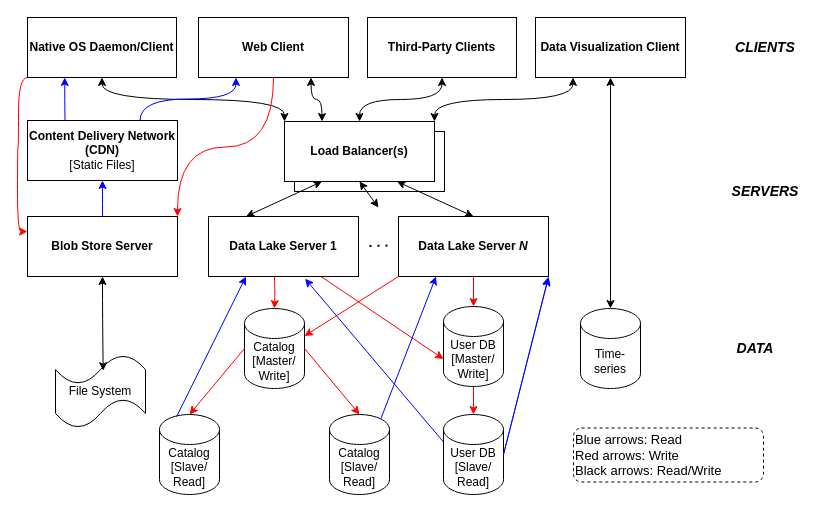
This is profile/sources/simutool_system_design_scaled.drawio from simutool/.github, a draw.io file, before an edit. Source tidied: cells renumbered, new cells numbered last; positions are measured from the earlier drawing's top-left corner, leaving out a move shared by most shapes. Both pictures are drawn from the tidied source at 100%, with x=0, y=0 at pixel (17, 17).
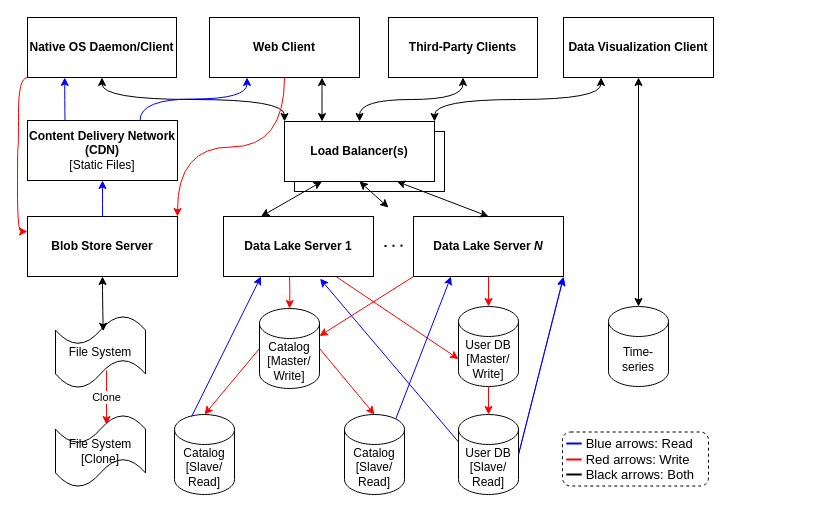
After the change.

Unchanged cells that the change refers to:
```xml
<mxCell id="22" value="&lt;b style=&quot;border-color: var(--border-color);&quot;&gt;Load Balancer(s)&lt;/b&gt;" style="rounded=0;whiteSpace=wrap;html=1;" parent="1" vertex="1">
  <mxGeometry x="267" y="104" width="150" height="60" as="geometry" />
</mxCell>
```

What changed in the source:
```diff
@@
     <mxCell id="3" value="&lt;b&gt;Web Client&lt;/b&gt;" style="rounded=0;whiteSpace=wrap;html=1;" parent="1" vertex="1">
-      <mxGeometry x="181" width="150" height="60" as="geometry" />
+      <mxGeometry x="192" width="150" height="60" as="geometry" />
     </mxCell>
@@
     <mxCell id="5" value="&lt;b&gt;Third-Party Clients&lt;/b&gt;" style="rounded=0;whiteSpace=wrap;html=1;" parent="1" vertex="1">
-      <mxGeometry x="350" width="149" height="60" as="geometry" />
+      <mxGeometry x="371" width="149" height="60" as="geometry" />
     </mxCell>
@@
     <mxCell id="9" value="&lt;b&gt;Data Visualization Client&lt;/b&gt;" style="rounded=0;whiteSpace=wrap;html=1;" parent="1" vertex="1">
-      <mxGeometry x="518" width="150" height="60" as="geometry" />
+      <mxGeometry x="546" width="150" height="60" as="geometry" />
     </mxCell>
@@
     <mxCell id="11" value="User DB [Master/&lt;br&gt;Write]" style="shape=cylinder3;whiteSpace=wrap;html=1;boundedLbl=1;backgroundOutline=1;size=15;" parent="1" vertex="1">
-      <mxGeometry x="426" y="289" width="60" height="80" as="geometry" />
+      <mxGeometry x="441" y="289" width="60" height="80" as="geometry" />
     </mxCell>
@@
     <mxCell id="13" value="Catalog [Master/&lt;br&gt;Write]" style="shape=cylinder3;whiteSpace=wrap;html=1;boundedLbl=1;backgroundOutline=1;size=15;" parent="1" vertex="1">
-      <mxGeometry x="227" y="291" width="60" height="80" as="geometry" />
+      <mxGeometry x="242" y="291" width="60" height="80" as="geometry" />
     </mxCell>
     <mxCell id="14" value="Catalog [Slave/&lt;br&gt;Read]" style="shape=cylinder3;whiteSpace=wrap;html=1;boundedLbl=1;backgroundOutline=1;size=15;" parent="1" vertex="1">
-      <mxGeometry x="142" y="397" width="60" height="80" as="geometry" />
+      <mxGeometry x="157" y="397" width="60" height="80" as="geometry" />
     </mxCell>
     <mxCell id="15" value="Catalog [Slave/&lt;br style=&quot;border-color: var(--border-color);&quot;&gt;Read]" style="shape=cylinder3;whiteSpace=wrap;html=1;boundedLbl=1;backgroundOutline=1;size=15;" parent="1" vertex="1">
-      <mxGeometry x="312" y="397" width="60" height="80" as="geometry" />
+      <mxGeometry x="327" y="397" width="60" height="80" as="geometry" />
     </mxCell>
@@
     <mxCell id="18" style="endArrow=classic;html=1;rounded=0;entryX=0.5;entryY=0;entryDx=0;entryDy=0;entryPerimeter=0;startArrow=none;startFill=0;edgeStyle=orthogonalEdgeStyle;curved=1;endFill=1;strokeColor=#FF0000;" parent="1" edge="1" target="13">
       <mxGeometry relative="1" as="geometry">
-        <mxPoint x="257" y="259" as="sourcePoint" />
+        <mxPoint x="272" y="259" as="sourcePoint" />
       </mxGeometry>
     </mxCell>
@@
     <mxCell id="20" value="File System" style="shape=tape;whiteSpace=wrap;html=1;fillColor=none;" parent="1" vertex="1">
-      <mxGeometry x="38" y="337.5" width="90" height="73" as="geometry" />
+      <mxGeometry x="38" y="298" width="90" height="73" as="geometry" />
     </mxCell>
@@
     <mxCell id="23" value="Time-series" style="shape=cylinder3;whiteSpace=wrap;html=1;boundedLbl=1;backgroundOutline=1;size=15;" parent="1" vertex="1">
-      <mxGeometry x="563" y="291" width="60" height="80" as="geometry" />
+      <mxGeometry x="591" y="289" width="60" height="80" as="geometry" />
     </mxCell>
@@
-    <mxCell id="25" value="&lt;font style=&quot;font-size: 14px;&quot;&gt;CLIENTS&lt;/font&gt;" style="text;html=1;strokeColor=none;fillColor=none;align=center;verticalAlign=middle;whiteSpace=wrap;rounded=0;labelBackgroundColor=none;labelBorderColor=none;fontStyle=3;fontSize=14;" parent="1" vertex="1">
-      <mxGeometry x="718" y="15" width="60" height="30" as="geometry" />
-    </mxCell>
-    <mxCell id="26" value="&lt;font style=&quot;font-size: 14px;&quot;&gt;SERVERS&lt;/font&gt;" style="text;html=1;strokeColor=none;fillColor=none;align=center;verticalAlign=middle;whiteSpace=wrap;rounded=0;labelBackgroundColor=none;labelBorderColor=none;fontStyle=3;fontSize=14;" parent="1" vertex="1">
-      <mxGeometry x="718" y="159" width="60" height="30" as="geometry" />
-    </mxCell>
-    <mxCell id="27" value="&lt;font style=&quot;font-size: 14px;&quot;&gt;DATA&lt;/font&gt;" style="text;html=1;strokeColor=none;fillColor=none;align=center;verticalAlign=middle;whiteSpace=wrap;rounded=0;labelBackgroundColor=none;labelBorderColor=none;fontStyle=3;fontSize=14;" parent="1" vertex="1">
-      <mxGeometry x="708" y="316" width="60" height="30" as="geometry" />
-    </mxCell>
@@
-    <mxCell id="30" value="&lt;span style=&quot;font-size: 13px;&quot;&gt;Blue arrows: Read&lt;br&gt;Red arrows: Write&lt;br&gt;Black arrows: Read/Write&lt;br&gt;&lt;/span&gt;" style="rounded=1;whiteSpace=wrap;html=1;dashed=1;align=left;" parent="1" vertex="1">
-      <mxGeometry x="556" y="410.5" width="190" height="54" as="geometry" />
-    </mxCell>
     <mxCell id="31" value="&lt;b style=&quot;border-color: var(--border-color);&quot;&gt;Data Lake Server 1&lt;/b&gt;" style="rounded=0;whiteSpace=wrap;html=1;" parent="1" vertex="1">
-      <mxGeometry x="191" y="199" width="150" height="60" as="geometry" />
+      <mxGeometry x="206" y="199" width="150" height="60" as="geometry" />
     </mxCell>
     <mxCell id="32" value="&lt;b style=&quot;border-color: var(--border-color);&quot;&gt;Data Lake Server &lt;i&gt;N&lt;/i&gt;&lt;/b&gt;" style="rounded=0;whiteSpace=wrap;html=1;" parent="1" vertex="1">
-      <mxGeometry x="381" y="199" width="150" height="60" as="geometry" />
+      <mxGeometry x="396" y="199" width="150" height="60" as="geometry" />
     </mxCell>
     <mxCell id="33" style="endArrow=none;dashed=1;html=1;dashPattern=1 3;strokeWidth=2;rounded=0;" parent="1" edge="1">
       <mxGeometry relative="1" as="geometry">
-        <mxPoint x="352" y="228.5" as="sourcePoint" />
-        <mxPoint x="374" y="228" as="targetPoint" />
+        <mxPoint x="367" y="228.5" as="sourcePoint" />
+        <mxPoint x="389" y="228" as="targetPoint" />
       </mxGeometry>
     </mxCell>
@@
     <mxCell id="36" style="curved=1;endArrow=classic;html=1;rounded=0;strokeWidth=1;exitX=0.5;exitY=1;exitDx=0;exitDy=0;startArrow=classic;startFill=1;" parent="1" edge="1" source="22">
       <mxGeometry relative="1" as="geometry">
-        <mxPoint x="361" y="190" as="targetPoint" />
+        <mxPoint x="371" y="190" as="targetPoint" />
       </mxGeometry>
     </mxCell>
     <mxCell id="37" value="User DB [Slave/&lt;br&gt;Read]" style="shape=cylinder3;whiteSpace=wrap;html=1;boundedLbl=1;backgroundOutline=1;size=15;" parent="1" vertex="1">
-      <mxGeometry x="426" y="397" width="60" height="80" as="geometry" />
+      <mxGeometry x="441" y="397" width="60" height="80" as="geometry" />
     </mxCell>
@@
     <mxCell id="44" style="endArrow=classic;html=1;rounded=0;entryX=1;entryY=1;entryDx=0;entryDy=0;startArrow=none;startFill=0;endFill=1;exitX=1;exitY=0.5;exitDx=0;exitDy=0;exitPerimeter=0;strokeColor=#0000FF;" parent="1" edge="1">
       <mxGeometry relative="1" as="geometry">
-        <mxPoint x="486" y="437" as="sourcePoint" />
-        <mxPoint x="531" y="260" as="targetPoint" />
+        <mxPoint x="501" y="437" as="sourcePoint" />
+        <mxPoint x="546" y="260" as="targetPoint" />
       </mxGeometry>
     </mxCell>
@@
+    <mxCell id="50" value="File System&lt;br&gt;[Clone]" style="shape=tape;whiteSpace=wrap;html=1;fillColor=none;" parent="1" vertex="1">
+      <mxGeometry x="38" y="397" width="90" height="73" as="geometry" />
+    </mxCell>
+    <mxCell id="51" value="Clone" style="endArrow=classic;html=1;rounded=0;startArrow=none;startFill=0;exitX=0.567;exitY=0.753;exitDx=0;exitDy=0;endFill=1;entryX=0.567;entryY=0.137;entryDx=0;entryDy=0;entryPerimeter=0;strokeColor=#FF0000;exitPerimeter=0;" parent="1" edge="1" source="20" target="50">
+      <mxGeometry relative="1" as="geometry" />
+    </mxCell>
+    <mxCell id="52" style="group;" parent="1" vertex="1">
+      <mxGeometry x="545" y="414.5" width="146" height="54" as="geometry" />
+    </mxCell>
+    <mxCell id="30" value="&lt;span style=&quot;font-size: 13px;&quot;&gt;&amp;nbsp; &amp;nbsp; &amp;nbsp; Blue arrows: Read&lt;br&gt;&amp;nbsp; &amp;nbsp; &amp;nbsp; Red arrows: Write&lt;br&gt;&amp;nbsp; &amp;nbsp; &amp;nbsp; Black arrows: Both&lt;br&gt;&lt;/span&gt;" style="rounded=1;whiteSpace=wrap;html=1;dashed=1;align=left;" parent="52" vertex="1">
+      <mxGeometry width="146" height="54" as="geometry" />
+    </mxCell>
+    <mxCell id="53" style="endArrow=none;html=1;rounded=0;strokeColor=#0000FF;strokeWidth=2;" parent="52" edge="1">
+      <mxGeometry relative="1" as="geometry">
+        <mxPoint x="3.8" y="11.5" as="sourcePoint" />
+        <mxPoint x="19.2" y="11.5" as="targetPoint" />
+      </mxGeometry>
+    </mxCell>
+    <mxCell id="54" style="endArrow=none;html=1;rounded=0;strokeColor=#FF0000;strokeWidth=2;" parent="52" edge="1">
+      <mxGeometry relative="1" as="geometry">
+        <mxPoint x="3.8" y="27.5" as="sourcePoint" />
+        <mxPoint x="19.2" y="27.5" as="targetPoint" />
+      </mxGeometry>
+    </mxCell>
+    <mxCell id="55" style="endArrow=none;html=1;rounded=0;strokeColor=#000000;strokeWidth=2;" parent="52" edge="1">
+      <mxGeometry relative="1" as="geometry">
+        <mxPoint x="3.8" y="42.5" as="sourcePoint" />
+        <mxPoint x="19.2" y="42.5" as="targetPoint" />
+      </mxGeometry>
+    </mxCell>
```
